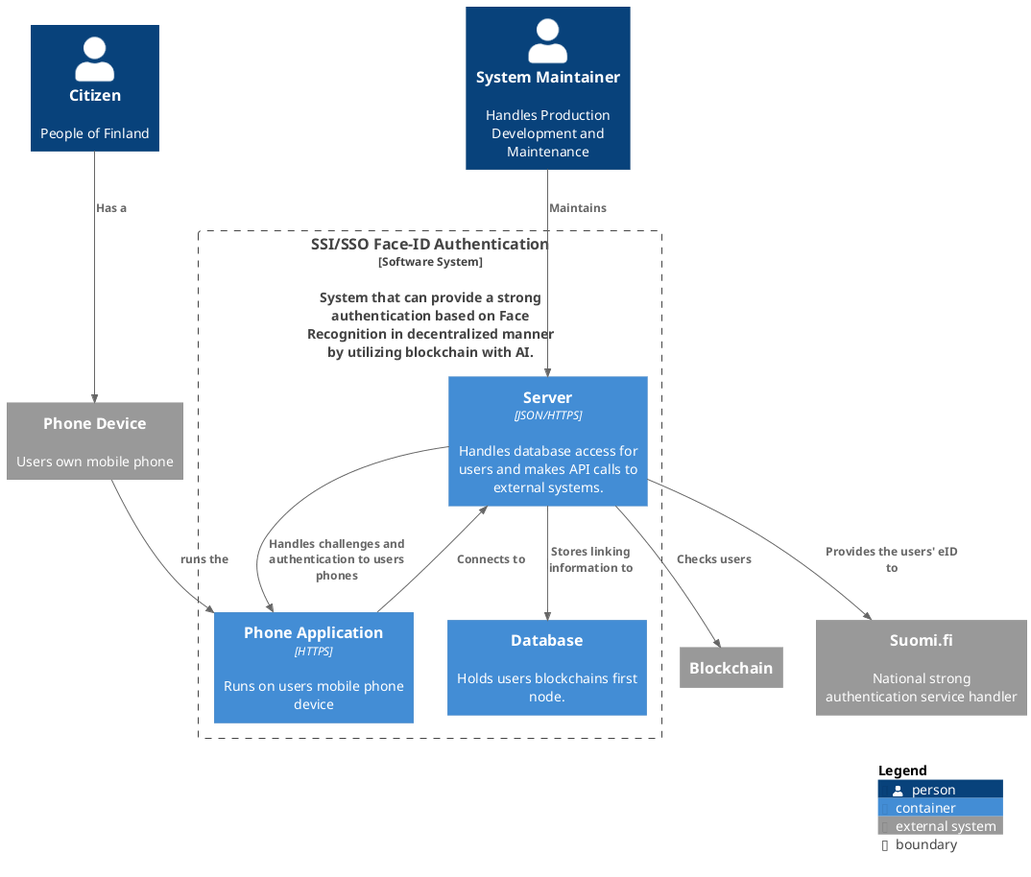
Before: images/Container.png, a diagram exported from PlantUML (Dorfultariant/Architecture_Diagrams).
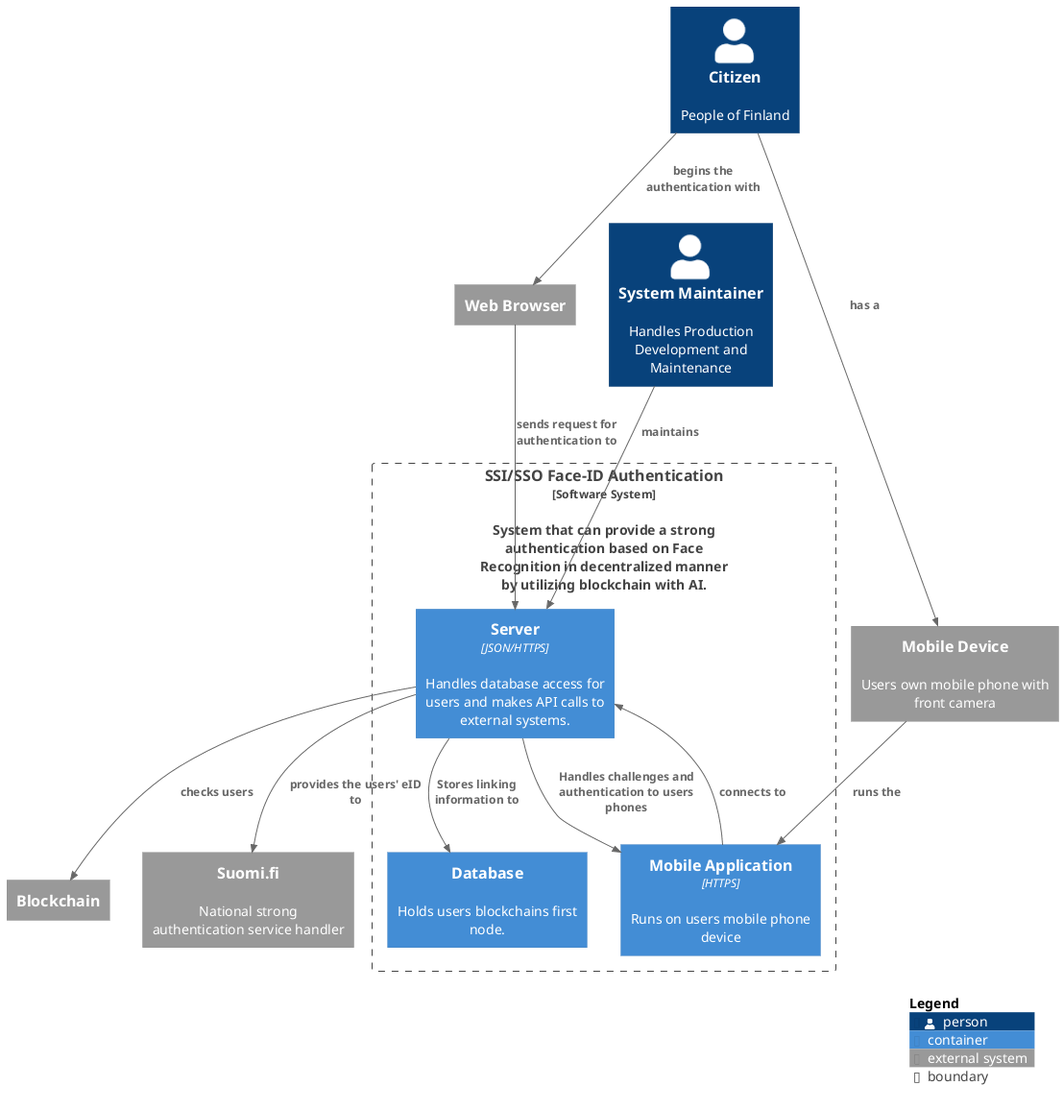
After the commit.

The edit, as a diff of the source:
```diff
@@ -7,24 +7,27 @@
 Person(maintainer, "System Maintainer", "Handles Production Development and Maintenance")
 
 System_Ext(blockchain, "Blockchain", "")
-System_Ext(phone_dev, "Phone Device", "Users own mobile phone")
+System_Ext(web_browser, "Web Browser", "")
+System_Ext(phone_dev, "Mobile Device", "Users own mobile phone with front camera")
 System_Ext(suomifi, "Suomi.fi", "National strong authentication service handler")
 
 Boundary(useless_auth, "SSI/SSO Face-ID Authentication", "Software System", "", "", "System that can provide a strong authentication based on Face Recognition in decentralized manner by utilizing blockchain with AI.") {
     Container(backend, "Server", "JSON/HTTPS", "Handles database access for users and makes API calls to external systems.")
-    Container(phoneapp, "Phone Application", "HTTPS", "Runs on users mobile phone device")
+    Container(phoneapp, "Mobile Application", "HTTPS", "Runs on users mobile phone device")
     Container(database, "Database", "", "Holds users blockchains first node. ")
 
     Rel(backend, phoneapp, "Handles challenges and authentication to users phones")
     Rel(backend, database, "Stores linking information to")
 }
 
-Rel(maintainer, backend, "Maintains")
-Rel(citizens, phone_dev, "Has a")
+Rel(maintainer, backend, "maintains")
+Rel(citizens, phone_dev, "has a")
+Rel(citizens, web_browser, "begins the authentication with")
+Rel(web_browser, backend, "sends request for authentication to")
 Rel(phone_dev, phoneapp, "runs the", "")
-Rel(phoneapp, backend, "Connects to", "")
-Rel(backend, suomifi, "Provides the users' eID to")
-Rel(backend, blockchain, "Checks users")
+Rel(phoneapp, backend, "connects to", "")
+Rel(backend, suomifi, "provides the users' eID to")
+Rel(backend, blockchain, "checks users")
 
 SHOW_LEGEND()
 
```
